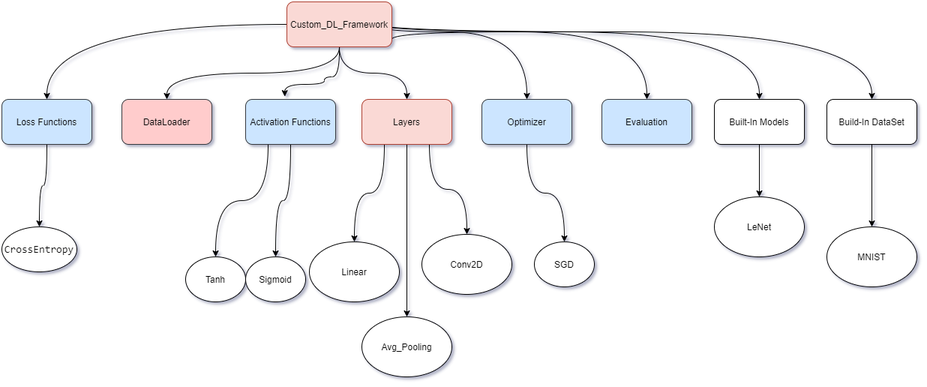
Above: Diagrams-Docs/Custom_DL_Framework Project Diagram.png in EslamAsfour/PyEZNet (draw.io), before the change. Source tidied: cells renumbered, new cells last; positions are measured from the earlier drawing's top-left corner, leaving out a move shared by most shapes. Its diagram source:
```xml
<mxGraphModel background="#ffffff" shadow="1">
  <root>
    <mxCell id="0" />
    <mxCell id="1" parent="0" />
    <mxCell id="2" style="edgeStyle=orthogonalEdgeStyle;jettySize=auto;html=1;exitX=0.5;exitY=1;exitDx=0;exitDy=0;curved=1;" parent="1" edge="1" source="11" target="3">
      <mxGeometry relative="1" as="geometry" />
    </mxCell>
    <mxCell id="3" value="DataLoader" style="whiteSpace=wrap;html=1;strokeColor=#36393d;fillColor=#ffcccc;rounded=1;" parent="1" vertex="1">
      <mxGeometry x="160" y="130" width="120" height="60" as="geometry" />
    </mxCell>
    <mxCell id="4" style="edgeStyle=orthogonalEdgeStyle;jettySize=auto;html=1;exitX=1;exitY=0.5;exitDx=0;exitDy=0;entryX=0.435;entryY=-0.063;entryDx=0;entryDy=0;entryPerimeter=0;curved=1;" parent="1" edge="1" source="11" target="14">
      <mxGeometry relative="1" as="geometry">
        <Array as="points">
          <mxPoint x="450" y="30" />
          <mxPoint x="450" y="100" />
          <mxPoint x="430" y="100" />
          <mxPoint x="430" y="110" />
          <mxPoint x="377" y="110" />
        </Array>
      </mxGeometry>
    </mxCell>
    <mxCell id="5" style="edgeStyle=orthogonalEdgeStyle;jettySize=auto;html=1;curved=1;" parent="1" edge="1" source="11" target="16">
      <mxGeometry relative="1" as="geometry" />
    </mxCell>
    <mxCell id="6" style="edgeStyle=orthogonalEdgeStyle;jettySize=auto;html=1;curved=1;" parent="1" edge="1" source="11" target="20">
      <mxGeometry relative="1" as="geometry" />
    </mxCell>
    <mxCell id="7" style="edgeStyle=orthogonalEdgeStyle;jettySize=auto;html=1;exitX=1;exitY=0.25;exitDx=0;exitDy=0;curved=1;" parent="1" edge="1" source="11" target="22">
      <mxGeometry relative="1" as="geometry">
        <Array as="points">
          <mxPoint x="490" y="40" />
          <mxPoint x="700" y="40" />
        </Array>
      </mxGeometry>
    </mxCell>
    <mxCell id="8" style="edgeStyle=orthogonalEdgeStyle;jettySize=auto;html=1;exitX=0.75;exitY=1;exitDx=0;exitDy=0;entryX=0.5;entryY=0;entryDx=0;entryDy=0;curved=1;" parent="1" edge="1" source="11" target="23">
      <mxGeometry relative="1" as="geometry">
        <Array as="points">
          <mxPoint x="520" y="60" />
          <mxPoint x="520" y="40" />
          <mxPoint x="860" y="40" />
        </Array>
      </mxGeometry>
    </mxCell>
    <mxCell id="9" style="edgeStyle=orthogonalEdgeStyle;jettySize=auto;html=1;exitX=1;exitY=0.25;exitDx=0;exitDy=0;entryX=0.5;entryY=0;entryDx=0;entryDy=0;curved=1;" parent="1" edge="1" source="11" target="25">
      <mxGeometry relative="1" as="geometry">
        <Array as="points">
          <mxPoint x="490" y="40" />
          <mxPoint x="1010" y="40" />
        </Array>
      </mxGeometry>
    </mxCell>
    <mxCell id="10" style="edgeStyle=orthogonalEdgeStyle;jettySize=auto;html=1;exitX=1;exitY=0.25;exitDx=0;exitDy=0;entryX=0.5;entryY=0;entryDx=0;entryDy=0;curved=1;" parent="1" edge="1" source="11" target="27">
      <mxGeometry relative="1" as="geometry">
        <Array as="points">
          <mxPoint x="490" y="40" />
          <mxPoint x="1160" y="40" />
        </Array>
      </mxGeometry>
    </mxCell>
    <mxCell id="11" value="&lt;span&gt;Custom_DL_Framework&lt;/span&gt;" style="whiteSpace=wrap;html=1;fillColor=#fad9d5;strokeColor=#ae4132;rounded=1;" parent="1" vertex="1">
      <mxGeometry x="380" width="140" height="60" as="geometry" />
    </mxCell>
    <mxCell id="12" style="edgeStyle=orthogonalEdgeStyle;rounded=0;jettySize=auto;html=1;exitX=0.25;exitY=1;exitDx=0;exitDy=0;entryX=0.5;entryY=0;entryDx=0;entryDy=0;curved=1;" parent="1" edge="1" source="14" target="31">
      <mxGeometry relative="1" as="geometry" />
    </mxCell>
    <mxCell id="13" style="edgeStyle=orthogonalEdgeStyle;rounded=0;jettySize=auto;html=1;exitX=0.5;exitY=1;exitDx=0;exitDy=0;curved=1;" parent="1" edge="1" source="14" target="32">
      <mxGeometry relative="1" as="geometry" />
    </mxCell>
    <mxCell id="14" value="Activation Functions" style="whiteSpace=wrap;html=1;fillColor=#cce5ff;strokeColor=#36393d;rounded=1;" parent="1" vertex="1">
      <mxGeometry x="325" y="130" width="120" height="60" as="geometry" />
    </mxCell>
    <mxCell id="15" style="edgeStyle=orthogonalEdgeStyle;curved=1;rounded=0;jettySize=auto;html=1;entryX=0.5;entryY=0;entryDx=0;entryDy=0;" parent="1" edge="1" source="16" target="35">
      <mxGeometry relative="1" as="geometry" />
    </mxCell>
    <mxCell id="16" value="&lt;span&gt;Loss Functions&lt;br&gt;&lt;/span&gt;" style="whiteSpace=wrap;html=1;fillColor=#cce5ff;strokeColor=#36393d;rounded=1;" parent="1" vertex="1">
      <mxGeometry y="130" width="120" height="60" as="geometry" />
    </mxCell>
    <mxCell id="17" style="edgeStyle=orthogonalEdgeStyle;rounded=0;jettySize=auto;html=1;exitX=0.75;exitY=1;exitDx=0;exitDy=0;entryX=0.5;entryY=0;entryDx=0;entryDy=0;curved=1;" parent="1" edge="1" source="20" target="28">
      <mxGeometry relative="1" as="geometry" />
    </mxCell>
    <mxCell id="18" style="edgeStyle=orthogonalEdgeStyle;rounded=0;jettySize=auto;html=1;exitX=0.25;exitY=1;exitDx=0;exitDy=0;entryX=0.5;entryY=0;entryDx=0;entryDy=0;curved=1;" parent="1" edge="1" source="20" target="29">
      <mxGeometry relative="1" as="geometry" />
    </mxCell>
    <mxCell id="19" style="edgeStyle=orthogonalEdgeStyle;rounded=0;jettySize=auto;html=1;exitX=0.5;exitY=1;exitDx=0;exitDy=0;entryX=0.5;entryY=0;entryDx=0;entryDy=0;curved=1;" parent="1" edge="1" source="20" target="30">
      <mxGeometry relative="1" as="geometry" />
    </mxCell>
    <mxCell id="20" value="&lt;span&gt;Layers&lt;/span&gt;" style="whiteSpace=wrap;html=1;fillColor=#fad9d5;strokeColor=#ae4132;rounded=1;" parent="1" vertex="1">
      <mxGeometry x="480" y="130" width="120" height="60" as="geometry" />
    </mxCell>
    <mxCell id="21" style="edgeStyle=orthogonalEdgeStyle;curved=1;rounded=0;jettySize=auto;html=1;exitX=0.5;exitY=1;exitDx=0;exitDy=0;entryX=0.5;entryY=0;entryDx=0;entryDy=0;" parent="1" edge="1" source="22" target="36">
      <mxGeometry relative="1" as="geometry" />
    </mxCell>
    <mxCell id="22" value="Optimizer" style="whiteSpace=wrap;html=1;fillColor=#cce5ff;strokeColor=#36393d;rounded=1;" parent="1" vertex="1">
      <mxGeometry x="640" y="130" width="120" height="60" as="geometry" />
    </mxCell>
    <mxCell id="23" value="Evaluation" style="whiteSpace=wrap;html=1;fillColor=#cce5ff;strokeColor=#36393d;rounded=1;" parent="1" vertex="1">
      <mxGeometry x="800" y="130" width="120" height="60" as="geometry" />
    </mxCell>
    <mxCell id="24" style="edgeStyle=orthogonalEdgeStyle;rounded=0;jettySize=auto;html=1;curved=1;" parent="1" edge="1" source="25" target="34">
      <mxGeometry relative="1" as="geometry" />
    </mxCell>
    <mxCell id="25" value="Built-In Models" style="whiteSpace=wrap;html=1;rounded=1;" parent="1" vertex="1">
      <mxGeometry x="950" y="130" width="120" height="60" as="geometry" />
    </mxCell>
    <mxCell id="26" style="edgeStyle=orthogonalEdgeStyle;rounded=0;jettySize=auto;html=1;exitX=0.5;exitY=1;exitDx=0;exitDy=0;entryX=0.5;entryY=0;entryDx=0;entryDy=0;curved=1;" parent="1" edge="1" source="27" target="33">
      <mxGeometry relative="1" as="geometry" />
    </mxCell>
    <mxCell id="27" value="Build-In DataSet" style="whiteSpace=wrap;html=1;rounded=1;" parent="1" vertex="1">
      <mxGeometry x="1100" y="130" width="120" height="60" as="geometry" />
    </mxCell>
    <mxCell id="28" value="Conv2D" style="ellipse;whiteSpace=wrap;html=1;" parent="1" vertex="1">
      <mxGeometry x="560" y="310" width="120" height="80" as="geometry" />
    </mxCell>
    <mxCell id="29" value="Linear" style="ellipse;whiteSpace=wrap;html=1;" parent="1" vertex="1">
      <mxGeometry x="410" y="320" width="120" height="80" as="geometry" />
    </mxCell>
    <mxCell id="30" value="Avg_Pooling" style="ellipse;whiteSpace=wrap;html=1;" parent="1" vertex="1">
      <mxGeometry x="480" y="420" width="120" height="80" as="geometry" />
    </mxCell>
    <mxCell id="31" value="Tanh" style="ellipse;whiteSpace=wrap;html=1;" parent="1" vertex="1">
      <mxGeometry x="245" y="340" width="80" height="60" as="geometry" />
    </mxCell>
    <mxCell id="32" value="Sigmoid" style="ellipse;whiteSpace=wrap;html=1;" parent="1" vertex="1">
      <mxGeometry x="325" y="340" width="80" height="60" as="geometry" />
    </mxCell>
    <mxCell id="33" value="MNIST" style="ellipse;whiteSpace=wrap;html=1;" parent="1" vertex="1">
      <mxGeometry x="1100" y="300" width="120" height="80" as="geometry" />
    </mxCell>
    <mxCell id="34" value="LeNet" style="ellipse;whiteSpace=wrap;html=1;rounded=1;" parent="1" vertex="1">
      <mxGeometry x="950" y="260" width="120" height="80" as="geometry" />
    </mxCell>
    <mxCell id="35" value="&lt;span style=&quot;font-family: monospace , &amp;#34;consolas&amp;#34; , &amp;#34;courier new&amp;#34; , monospace ; font-size: 14px ; background-color: rgb(255 , 255 , 254)&quot;&gt;CrossEntropy&lt;/span&gt;" style="ellipse;whiteSpace=wrap;html=1;" parent="1" vertex="1">
      <mxGeometry y="300" width="100" height="60" as="geometry" />
    </mxCell>
    <mxCell id="36" value="SGD" style="ellipse;whiteSpace=wrap;html=1;" parent="1" vertex="1">
      <mxGeometry x="710" y="320" width="80" height="60" as="geometry" />
    </mxCell>
  </root>
</mxGraphModel>
```
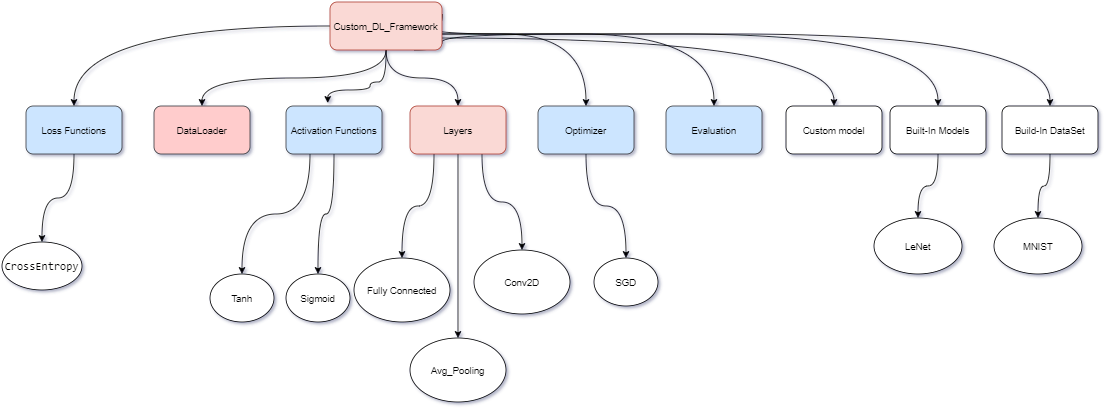
Above is the later version.

What changed in the source:
```diff
@@ -58,37 +58,40 @@
         </Array>
       </mxGeometry>
     </mxCell>
+    <mxCell id="37" style="edgeStyle=orthogonalEdgeStyle;jettySize=auto;html=1;exitX=1;exitY=0.75;exitDx=0;exitDy=0;curved=1;" parent="1" edge="1" source="11" target="38">
+      <mxGeometry relative="1" as="geometry" />
+    </mxCell>
     <mxCell id="11" value="&lt;span&gt;Custom_DL_Framework&lt;/span&gt;" style="whiteSpace=wrap;html=1;fillColor=#fad9d5;strokeColor=#ae4132;rounded=1;" parent="1" vertex="1">
       <mxGeometry x="380" width="140" height="60" as="geometry" />
     </mxCell>
-    <mxCell id="12" style="edgeStyle=orthogonalEdgeStyle;rounded=0;jettySize=auto;html=1;exitX=0.25;exitY=1;exitDx=0;exitDy=0;entryX=0.5;entryY=0;entryDx=0;entryDy=0;curved=1;" parent="1" edge="1" source="14" target="31">
+    <mxCell id="12" style="edgeStyle=orthogonalEdgeStyle;jettySize=auto;html=1;exitX=0.25;exitY=1;exitDx=0;exitDy=0;entryX=0.5;entryY=0;entryDx=0;entryDy=0;curved=1;" parent="1" edge="1" source="14" target="31">
       <mxGeometry relative="1" as="geometry" />
     </mxCell>
-    <mxCell id="13" style="edgeStyle=orthogonalEdgeStyle;rounded=0;jettySize=auto;html=1;exitX=0.5;exitY=1;exitDx=0;exitDy=0;curved=1;" parent="1" edge="1" source="14" target="32">
+    <mxCell id="13" style="edgeStyle=orthogonalEdgeStyle;jettySize=auto;html=1;exitX=0.5;exitY=1;exitDx=0;exitDy=0;curved=1;" parent="1" edge="1" source="14" target="32">
       <mxGeometry relative="1" as="geometry" />
     </mxCell>
     <mxCell id="14" value="Activation Functions" style="whiteSpace=wrap;html=1;fillColor=#cce5ff;strokeColor=#36393d;rounded=1;" parent="1" vertex="1">
       <mxGeometry x="325" y="130" width="120" height="60" as="geometry" />
     </mxCell>
-    <mxCell id="15" style="edgeStyle=orthogonalEdgeStyle;curved=1;rounded=0;jettySize=auto;html=1;entryX=0.5;entryY=0;entryDx=0;entryDy=0;" parent="1" edge="1" source="16" target="35">
+    <mxCell id="15" style="edgeStyle=orthogonalEdgeStyle;jettySize=auto;html=1;entryX=0.5;entryY=0;entryDx=0;entryDy=0;curved=1;" parent="1" edge="1" source="16" target="35">
       <mxGeometry relative="1" as="geometry" />
     </mxCell>
     <mxCell id="16" value="&lt;span&gt;Loss Functions&lt;br&gt;&lt;/span&gt;" style="whiteSpace=wrap;html=1;fillColor=#cce5ff;strokeColor=#36393d;rounded=1;" parent="1" vertex="1">
       <mxGeometry y="130" width="120" height="60" as="geometry" />
     </mxCell>
-    <mxCell id="17" style="edgeStyle=orthogonalEdgeStyle;rounded=0;jettySize=auto;html=1;exitX=0.75;exitY=1;exitDx=0;exitDy=0;entryX=0.5;entryY=0;entryDx=0;entryDy=0;curved=1;" parent="1" edge="1" source="20" target="28">
+    <mxCell id="17" style="edgeStyle=orthogonalEdgeStyle;jettySize=auto;html=1;exitX=0.75;exitY=1;exitDx=0;exitDy=0;entryX=0.5;entryY=0;entryDx=0;entryDy=0;curved=1;" parent="1" edge="1" source="20" target="28">
       <mxGeometry relative="1" as="geometry" />
     </mxCell>
-    <mxCell id="18" style="edgeStyle=orthogonalEdgeStyle;rounded=0;jettySize=auto;html=1;exitX=0.25;exitY=1;exitDx=0;exitDy=0;entryX=0.5;entryY=0;entryDx=0;entryDy=0;curved=1;" parent="1" edge="1" source="20" target="29">
+    <mxCell id="18" style="edgeStyle=orthogonalEdgeStyle;jettySize=auto;html=1;exitX=0.25;exitY=1;exitDx=0;exitDy=0;entryX=0.5;entryY=0;entryDx=0;entryDy=0;curved=1;" parent="1" edge="1" source="20" target="29">
       <mxGeometry relative="1" as="geometry" />
     </mxCell>
-    <mxCell id="19" style="edgeStyle=orthogonalEdgeStyle;rounded=0;jettySize=auto;html=1;exitX=0.5;exitY=1;exitDx=0;exitDy=0;entryX=0.5;entryY=0;entryDx=0;entryDy=0;curved=1;" parent="1" edge="1" source="20" target="30">
+    <mxCell id="19" style="edgeStyle=orthogonalEdgeStyle;jettySize=auto;html=1;exitX=0.5;exitY=1;exitDx=0;exitDy=0;entryX=0.5;entryY=0;entryDx=0;entryDy=0;curved=1;" parent="1" edge="1" source="20" target="30">
       <mxGeometry relative="1" as="geometry" />
     </mxCell>
     <mxCell id="20" value="&lt;span&gt;Layers&lt;/span&gt;" style="whiteSpace=wrap;html=1;fillColor=#fad9d5;strokeColor=#ae4132;rounded=1;" parent="1" vertex="1">
       <mxGeometry x="480" y="130" width="120" height="60" as="geometry" />
     </mxCell>
-    <mxCell id="21" style="edgeStyle=orthogonalEdgeStyle;curved=1;rounded=0;jettySize=auto;html=1;exitX=0.5;exitY=1;exitDx=0;exitDy=0;entryX=0.5;entryY=0;entryDx=0;entryDy=0;" parent="1" edge="1" source="22" target="36">
+    <mxCell id="21" style="edgeStyle=orthogonalEdgeStyle;jettySize=auto;html=1;exitX=0.5;exitY=1;exitDx=0;exitDy=0;entryX=0.5;entryY=0;entryDx=0;entryDy=0;curved=1;" parent="1" edge="1" source="22" target="36">
       <mxGeometry relative="1" as="geometry" />
     </mxCell>
     <mxCell id="22" value="Optimizer" style="whiteSpace=wrap;html=1;fillColor=#cce5ff;strokeColor=#36393d;rounded=1;" parent="1" vertex="1">
@@ -97,44 +100,47 @@
     <mxCell id="23" value="Evaluation" style="whiteSpace=wrap;html=1;fillColor=#cce5ff;strokeColor=#36393d;rounded=1;" parent="1" vertex="1">
       <mxGeometry x="800" y="130" width="120" height="60" as="geometry" />
     </mxCell>
-    <mxCell id="24" style="edgeStyle=orthogonalEdgeStyle;rounded=0;jettySize=auto;html=1;curved=1;" parent="1" edge="1" source="25" target="34">
+    <mxCell id="24" style="edgeStyle=orthogonalEdgeStyle;jettySize=auto;html=1;curved=1;" parent="1" edge="1" source="25" target="34">
       <mxGeometry relative="1" as="geometry" />
     </mxCell>
     <mxCell id="25" value="Built-In Models" style="whiteSpace=wrap;html=1;rounded=1;" parent="1" vertex="1">
-      <mxGeometry x="950" y="130" width="120" height="60" as="geometry" />
+      <mxGeometry x="1080" y="130" width="120" height="60" as="geometry" />
     </mxCell>
-    <mxCell id="26" style="edgeStyle=orthogonalEdgeStyle;rounded=0;jettySize=auto;html=1;exitX=0.5;exitY=1;exitDx=0;exitDy=0;entryX=0.5;entryY=0;entryDx=0;entryDy=0;curved=1;" parent="1" edge="1" source="27" target="33">
+    <mxCell id="26" style="edgeStyle=orthogonalEdgeStyle;jettySize=auto;html=1;exitX=0.5;exitY=1;exitDx=0;exitDy=0;entryX=0.5;entryY=0;entryDx=0;entryDy=0;curved=1;" parent="1" edge="1" source="27" target="33">
       <mxGeometry relative="1" as="geometry" />
     </mxCell>
     <mxCell id="27" value="Build-In DataSet" style="whiteSpace=wrap;html=1;rounded=1;" parent="1" vertex="1">
-      <mxGeometry x="1100" y="130" width="120" height="60" as="geometry" />
+      <mxGeometry x="1220" y="130" width="120" height="60" as="geometry" />
     </mxCell>
-    <mxCell id="28" value="Conv2D" style="ellipse;whiteSpace=wrap;html=1;" parent="1" vertex="1">
+    <mxCell id="28" value="Conv2D" style="ellipse;whiteSpace=wrap;html=1;rounded=1;" parent="1" vertex="1">
       <mxGeometry x="560" y="310" width="120" height="80" as="geometry" />
     </mxCell>
-    <mxCell id="29" value="Linear" style="ellipse;whiteSpace=wrap;html=1;" parent="1" vertex="1">
+    <mxCell id="29" value="Fully Connected" style="ellipse;whiteSpace=wrap;html=1;rounded=1;" parent="1" vertex="1">
       <mxGeometry x="410" y="320" width="120" height="80" as="geometry" />
     </mxCell>
-    <mxCell id="30" value="Avg_Pooling" style="ellipse;whiteSpace=wrap;html=1;" parent="1" vertex="1">
+    <mxCell id="30" value="Avg_Pooling" style="ellipse;whiteSpace=wrap;html=1;rounded=1;" parent="1" vertex="1">
       <mxGeometry x="480" y="420" width="120" height="80" as="geometry" />
     </mxCell>
-    <mxCell id="31" value="Tanh" style="ellipse;whiteSpace=wrap;html=1;" parent="1" vertex="1">
-      <mxGeometry x="245" y="340" width="80" height="60" as="geometry" />
+    <mxCell id="31" value="Tanh" style="ellipse;whiteSpace=wrap;html=1;rounded=1;" parent="1" vertex="1">
+      <mxGeometry x="230" y="340" width="80" height="60" as="geometry" />
     </mxCell>
-    <mxCell id="32" value="Sigmoid" style="ellipse;whiteSpace=wrap;html=1;" parent="1" vertex="1">
+    <mxCell id="32" value="Sigmoid" style="ellipse;whiteSpace=wrap;html=1;rounded=1;" parent="1" vertex="1">
       <mxGeometry x="325" y="340" width="80" height="60" as="geometry" />
     </mxCell>
-    <mxCell id="33" value="MNIST" style="ellipse;whiteSpace=wrap;html=1;" parent="1" vertex="1">
-      <mxGeometry x="1100" y="300" width="120" height="80" as="geometry" />
+    <mxCell id="33" value="MNIST" style="ellipse;whiteSpace=wrap;html=1;rounded=1;" parent="1" vertex="1">
+      <mxGeometry x="1210" y="270" width="110" height="70" as="geometry" />
     </mxCell>
     <mxCell id="34" value="LeNet" style="ellipse;whiteSpace=wrap;html=1;rounded=1;" parent="1" vertex="1">
-      <mxGeometry x="950" y="260" width="120" height="80" as="geometry" />
+      <mxGeometry x="1060" y="270" width="110" height="70" as="geometry" />
     </mxCell>
-    <mxCell id="35" value="&lt;span style=&quot;font-family: monospace , &amp;#34;consolas&amp;#34; , &amp;#34;courier new&amp;#34; , monospace ; font-size: 14px ; background-color: rgb(255 , 255 , 254)&quot;&gt;CrossEntropy&lt;/span&gt;" style="ellipse;whiteSpace=wrap;html=1;" parent="1" vertex="1">
-      <mxGeometry y="300" width="100" height="60" as="geometry" />
+    <mxCell id="35" value="&lt;span style=&quot;font-family: monospace , &amp;#34;consolas&amp;#34; , &amp;#34;courier new&amp;#34; , monospace ; font-size: 14px ; background-color: rgb(255 , 255 , 254)&quot;&gt;CrossEntropy&lt;/span&gt;" style="ellipse;whiteSpace=wrap;html=1;rounded=1;" parent="1" vertex="1">
+      <mxGeometry x="-30" y="300" width="100" height="60" as="geometry" />
     </mxCell>
-    <mxCell id="36" value="SGD" style="ellipse;whiteSpace=wrap;html=1;" parent="1" vertex="1">
+    <mxCell id="36" value="SGD" style="ellipse;whiteSpace=wrap;html=1;rounded=1;" parent="1" vertex="1">
       <mxGeometry x="710" y="320" width="80" height="60" as="geometry" />
     </mxCell>
+    <mxCell id="38" value="Custom model" style="whiteSpace=wrap;html=1;rounded=1;" parent="1" vertex="1">
+      <mxGeometry x="950" y="130" width="120" height="60" as="geometry" />
+    </mxCell>
   </root>
 </mxGraphModel>
```
